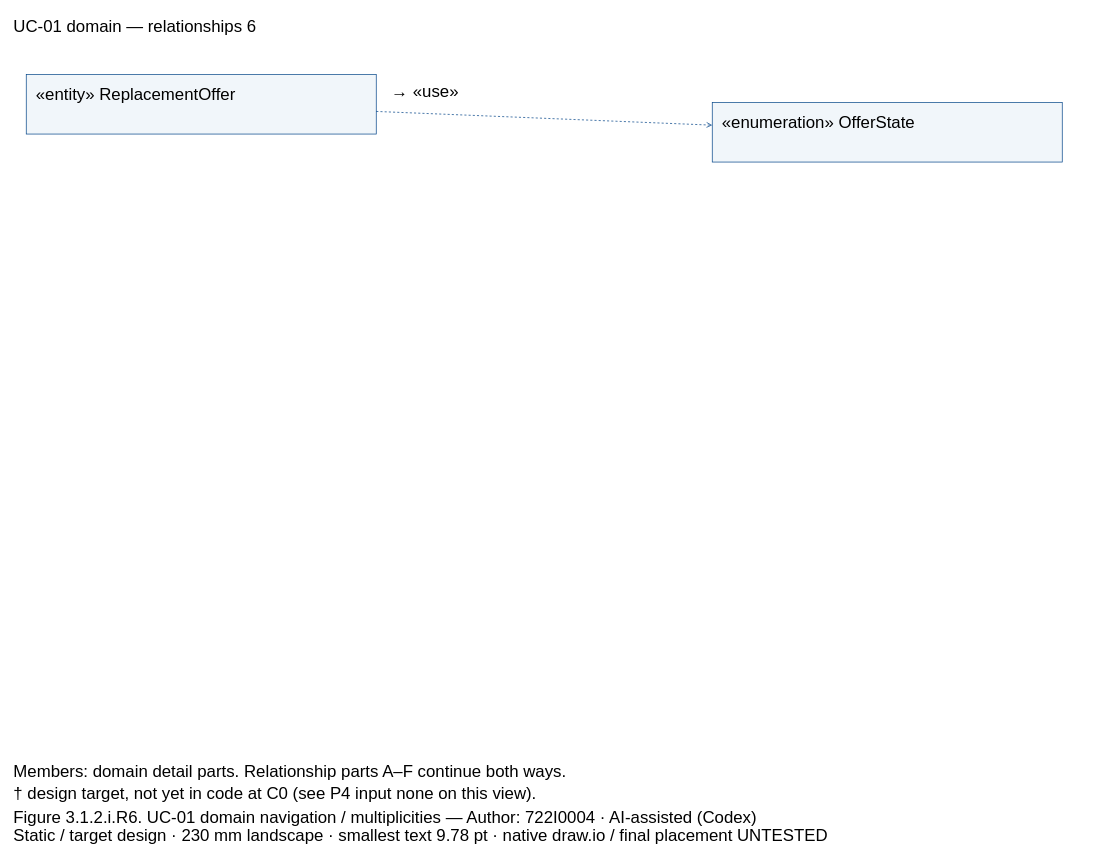
The draw.io diagram models/UC-01/dcd_uc01_domain_links_PartF.drawio in Dat071104/SaigonBite, before the edit. Source tidied: cells renumbered, new cells numbered last; positions are measured from the earlier drawing's top-left corner, leaving out a move shared by most shapes. Both pictures are drawn from the tidied source at 70%, with x=0, y=0 at pixel (12, 12).
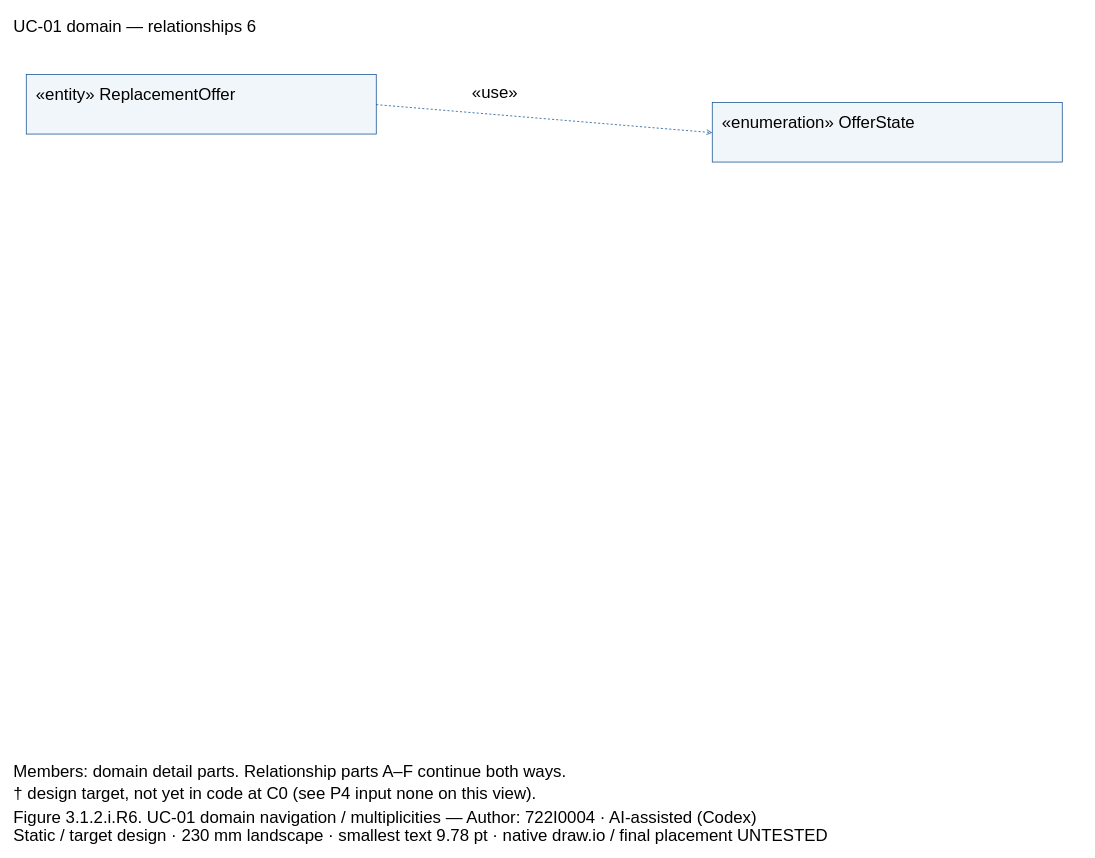
Above is the later version.

The edit, as a diff of the source:
```diff
@@
 <mxGraphModel>
   <root>
     <mxCell id="0" />
     <mxCell id="1" parent="0" />
     <mxCell id="2" value="UC-01 domain — relationships 6" style="text;align=left;verticalAlign=top;strokeColor=none;fillColor=none;fontFamily=Arial;fontSize=24;whiteSpace=wrap;html=0;" parent="1" vertex="1">
       <mxGeometry width="1530" height="32.2" as="geometry" />
     </mxCell>
     <mxCell id="3" style="fillColor=#F1F6FA;strokeColor=#004387;fontFamily=Arial;fontSize=24;whiteSpace=wrap;html=0;" parent="1" vertex="1">
       <mxGeometry x="20" y="89" width="500" height="85" as="geometry" />
     </mxCell>
     <mxCell id="4" value="«entity» ReplacementOffer" style="text;align=left;verticalAlign=top;strokeColor=none;fillColor=none;fontFamily=Arial;fontSize=24;whiteSpace=wrap;html=0;" parent="1" vertex="1">
       <mxGeometry x="32" y="97" width="476" height="27.6" as="geometry" />
     </mxCell>
     <mxCell id="5" style="fillColor=#F1F6FA;strokeColor=#004387;fontFamily=Arial;fontSize=24;whiteSpace=wrap;html=0;" parent="1" vertex="1">
       <mxGeometry x="1000" y="129" width="500" height="85" as="geometry" />
     </mxCell>
     <mxCell id="6" value="«enumeration» OfferState" style="text;align=left;verticalAlign=top;strokeColor=none;fillColor=none;fontFamily=Arial;fontSize=24;whiteSpace=wrap;html=0;" parent="1" vertex="1">
       <mxGeometry x="1012" y="137" width="476" height="27.6" as="geometry" />
     </mxCell>
-    <mxCell id="7" style="edgeStyle=none;endArrow=open;dashed=1;strokeColor=#004387;" parent="1" edge="1" source="3" target="5">
+    <mxCell id="7" style="edgeStyle=none;endArrow=open;endFill=0;dashed=1;strokeColor=#004387;exitX=1.0;exitY=0.5058823529411764;exitPerimeter=0;entryX=0.0;entryY=0.5058823529411764;entryPerimeter=0;" parent="1" edge="1" source="3" target="5">
       <mxGeometry relative="1" as="geometry" />
     </mxCell>
-    <mxCell id="8" value="→ «use»" style="text;align=left;verticalAlign=top;strokeColor=none;fillColor=none;fontFamily=Arial;fontSize=24;whiteSpace=wrap;html=0;" parent="1" vertex="1">
-      <mxGeometry x="540" y="93" width="440" height="27.6" as="geometry" />
-    </mxCell>
+    <mxCell id="13" value="«use»" style="text;align=left;verticalAlign=top;strokeColor=none;fillColor=none;fontFamily=Arial;fontSize=24;whiteSpace=wrap;html=0;" parent="1" vertex="1">
+      <mxGeometry x="655" y="94" width="330" height="27.6" as="geometry" />
+    </mxCell>
     <mxCell id="9" value="Members: domain detail parts. Relationship parts A–F continue both ways." style="text;align=left;verticalAlign=top;strokeColor=none;fillColor=none;fontFamily=Arial;fontSize=24;whiteSpace=wrap;html=0;" parent="1" vertex="1">
       <mxGeometry y="1064" width="1530" height="27.6" as="geometry" />
     </mxCell>
     <mxCell id="10" value="† design target, not yet in code at C0 (see P4 input none on this view)." style="text;align=left;verticalAlign=top;strokeColor=none;fillColor=none;fontFamily=Arial;fontSize=24;whiteSpace=wrap;html=0;" parent="1" vertex="1">
       <mxGeometry y="1096" width="1530" height="27.6" as="geometry" />
     </mxCell>
     <mxCell id="11" value="Figure 3.1.2.i.R6. UC-01 domain navigation / multiplicities — Author: 722I0004 · AI-assisted (Codex)" style="text;align=left;verticalAlign=top;strokeColor=none;fillColor=none;fontFamily=Arial;fontSize=24;whiteSpace=wrap;html=0;" parent="1" vertex="1">
       <mxGeometry y="1129" width="1530" height="27.6" as="geometry" />
     </mxCell>
     <mxCell id="12" value="Static / target design · 230 mm landscape · smallest text 9.78 pt · native draw.io / final placement UNTESTED" style="text;align=left;verticalAlign=top;strokeColor=none;fillColor=none;fontFamily=Arial;fontSize=24;whiteSpace=wrap;html=0;" parent="1" vertex="1">
       <mxGeometry y="1155" width="1530" height="27.6" as="geometry" />
     </mxCell>
   </root>
 </mxGraphModel>
```
